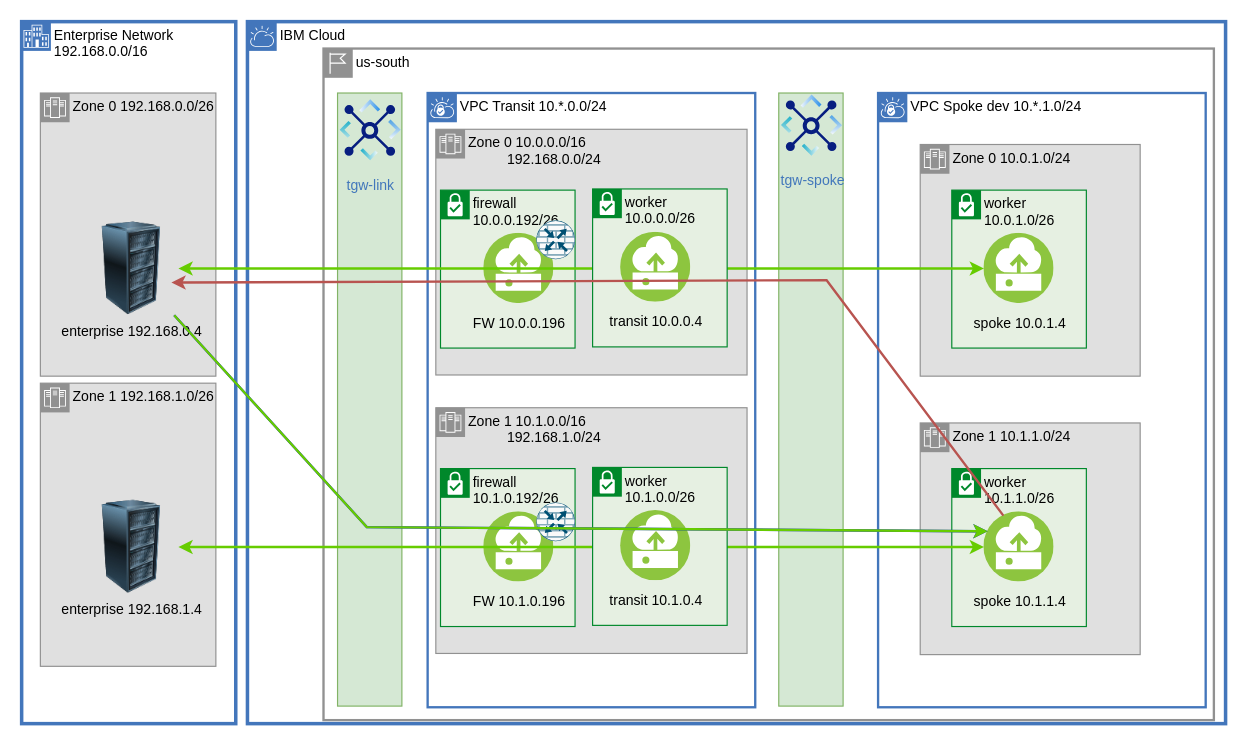
Before: page "asymmetric" (7 of 14) of diagrams/vpc-transit.drawio in ibm-cloud-docs/solution-tutorials, a draw.io diagram. Source tidied: cells renumbered, new cells numbered last; positions are measured from the earlier drawing's top-left corner, leaving out a move shared by most shapes. Both pictures are drawn from the tidied source at 117%, with x=0, y=0 at pixel (21, 21).
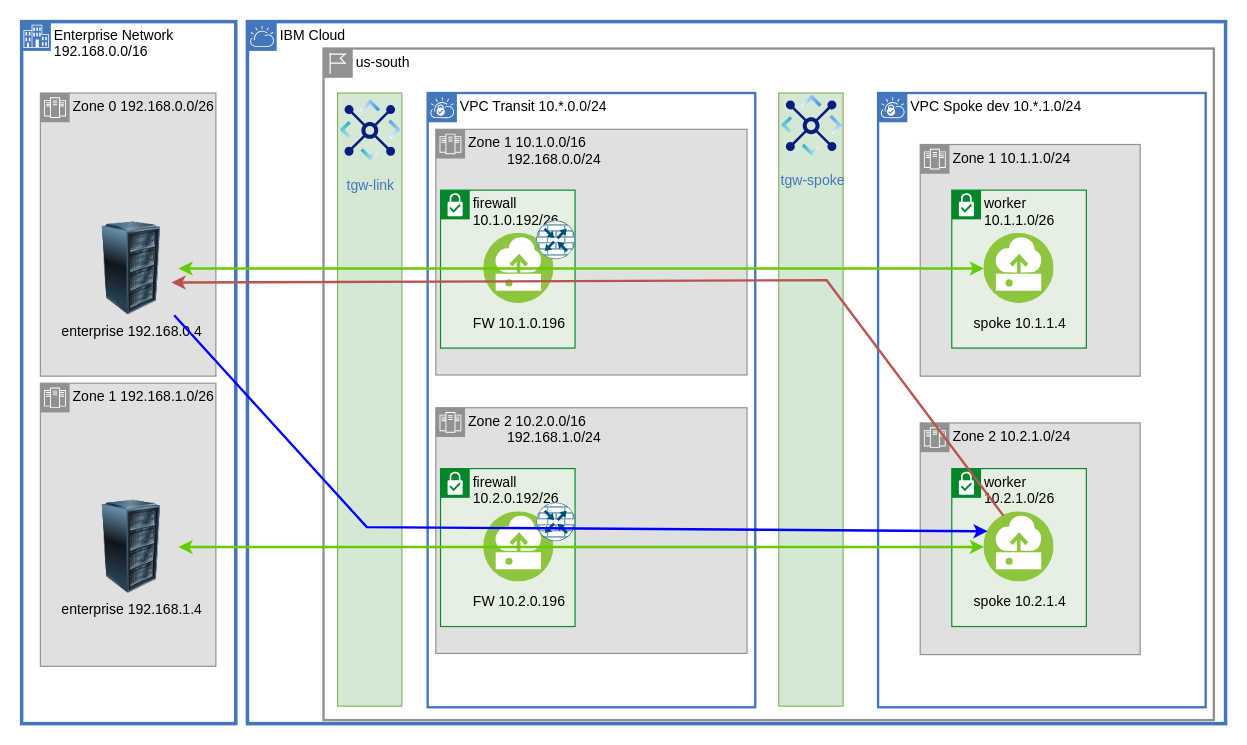
Above is the later version.

The edit, as a diff of the source:
```diff
@@
-    <mxCell id="5" value="Zone 1 10.1.0.0/16&lt;br&gt;&amp;nbsp; &amp;nbsp; &amp;nbsp; &amp;nbsp; &amp;nbsp; 192.168.1.0/24" style="shape=mxgraph.ibm.box;prType=zone;fontStyle=0;verticalAlign=top;align=left;spacingLeft=32;spacingTop=4;fillColor=#E0E0E0;rounded=0;whiteSpace=wrap;html=1;strokeColor=#919191;strokeWidth=1;dashed=0;spacing=-4;" parent="1" vertex="1">
+    <mxCell id="5" value="Zone 2 10.2.0.0/16&lt;br&gt;&amp;nbsp; &amp;nbsp; &amp;nbsp; &amp;nbsp; &amp;nbsp; 192.168.1.0/24" style="shape=mxgraph.ibm.box;prType=zone;fontStyle=0;verticalAlign=top;align=left;spacingLeft=32;spacingTop=4;fillColor=#E0E0E0;rounded=0;whiteSpace=wrap;html=1;strokeColor=#919191;strokeWidth=1;dashed=0;spacing=-4;" parent="1" vertex="1">
       <mxGeometry x="354" y="330" width="266" height="210" as="geometry" />
     </mxCell>
@@
-    <mxCell id="7" value="Zone 0 10.0.1.0/24" style="shape=mxgraph.ibm.box;prType=zone;fontStyle=0;verticalAlign=top;align=left;spacingLeft=32;spacingTop=4;fillColor=#E0E0E0;rounded=0;whiteSpace=wrap;html=1;strokeColor=#919191;strokeWidth=1;dashed=0;spacing=-4;" parent="1" vertex="1">
+    <mxCell id="7" value="Zone 1 10.1.1.0/24" style="shape=mxgraph.ibm.box;prType=zone;fontStyle=0;verticalAlign=top;align=left;spacingLeft=32;spacingTop=4;fillColor=#E0E0E0;rounded=0;whiteSpace=wrap;html=1;strokeColor=#919191;strokeWidth=1;dashed=0;spacing=-4;" parent="1" vertex="1">
       <mxGeometry x="768" y="105" width="188" height="198" as="geometry" />
     </mxCell>
-    <mxCell id="8" value="Zone 0 10.0.0.0/16&lt;br&gt;&amp;nbsp; &amp;nbsp; &amp;nbsp; &amp;nbsp; &amp;nbsp; 192.168.0.0/24" style="shape=mxgraph.ibm.box;prType=zone;fontStyle=0;verticalAlign=top;align=left;spacingLeft=32;spacingTop=4;fillColor=#E0E0E0;rounded=0;whiteSpace=wrap;html=1;strokeColor=#919191;strokeWidth=1;dashed=0;spacing=-4;" parent="1" vertex="1">
+    <mxCell id="8" value="Zone 1 10.1.0.0/16&lt;br&gt;&amp;nbsp; &amp;nbsp; &amp;nbsp; &amp;nbsp; &amp;nbsp; 192.168.0.0/24" style="shape=mxgraph.ibm.box;prType=zone;fontStyle=0;verticalAlign=top;align=left;spacingLeft=32;spacingTop=4;fillColor=#E0E0E0;rounded=0;whiteSpace=wrap;html=1;strokeColor=#919191;strokeWidth=1;dashed=0;spacing=-4;" parent="1" vertex="1">
       <mxGeometry x="354" y="92" width="266" height="210" as="geometry" />
     </mxCell>
-    <mxCell id="9" value="firewall&lt;br&gt;10.0.0.192/26" style="shape=mxgraph.ibm.box;prType=subnet;fontStyle=0;verticalAlign=top;align=left;spacingLeft=32;spacingTop=4;fillColor=#E6F0E2;rounded=0;whiteSpace=wrap;html=1;strokeColor=#00882B;strokeWidth=1;dashed=0;spacing=-4;flipV=0;" parent="1" vertex="1">
+    <mxCell id="9" value="firewall&lt;br&gt;10.1.0.192/26" style="shape=mxgraph.ibm.box;prType=subnet;fontStyle=0;verticalAlign=top;align=left;spacingLeft=32;spacingTop=4;fillColor=#E6F0E2;rounded=0;whiteSpace=wrap;html=1;strokeColor=#00882B;strokeWidth=1;dashed=0;spacing=-4;flipV=0;" parent="1" vertex="1">
       <mxGeometry x="358" y="144" width="115" height="135" as="geometry" />
     </mxCell>
@@
-    <mxCell id="12" value="worker 10.0.1.0/26" style="shape=mxgraph.ibm.box;prType=subnet;fontStyle=0;verticalAlign=top;align=left;spacingLeft=32;spacingTop=4;fillColor=#E6F0E2;rounded=0;whiteSpace=wrap;html=1;strokeColor=#00882B;strokeWidth=1;dashed=0;spacing=-4;" parent="1" vertex="1">
+    <mxCell id="12" value="worker 10.1.1.0/26" style="shape=mxgraph.ibm.box;prType=subnet;fontStyle=0;verticalAlign=top;align=left;spacingLeft=32;spacingTop=4;fillColor=#E6F0E2;rounded=0;whiteSpace=wrap;html=1;strokeColor=#00882B;strokeWidth=1;dashed=0;spacing=-4;" parent="1" vertex="1">
       <mxGeometry x="795" y="144" width="115" height="135" as="geometry" />
     </mxCell>
@@
-    <mxCell id="14" value="spoke 10.0.1.4" style="perimeter=ellipsePerimeter;html=1;align=center;shadow=0;dashed=0;fontColor=black;fontSize=12;spacingTop=3;image;image=img/lib/ibm/vpc/Instance.svg;overflow=visible;noLabel=0;labelBackgroundColor=none;" parent="1" vertex="1">
+    <mxCell id="14" value="spoke 10.1.1.4" style="perimeter=ellipsePerimeter;html=1;align=center;shadow=0;dashed=0;fontColor=black;fontSize=12;spacingTop=3;image;image=img/lib/ibm/vpc/Instance.svg;overflow=visible;noLabel=0;labelBackgroundColor=none;" parent="1" vertex="1">
       <mxGeometry x="822.5" y="181" width="60" height="60" as="geometry" />
     </mxCell>
-    <mxCell id="15" value="FW 10.0.0.196" style="perimeter=ellipsePerimeter;html=1;align=center;shadow=0;dashed=0;fontColor=black;fontSize=12;spacingTop=3;image;image=img/lib/ibm/vpc/Instance.svg;overflow=visible;noLabel=0;labelBackgroundColor=none;" parent="1" vertex="1">
+    <mxCell id="15" value="FW 10.1.0.196" style="perimeter=ellipsePerimeter;html=1;align=center;shadow=0;dashed=0;fontColor=black;fontSize=12;spacingTop=3;image;image=img/lib/ibm/vpc/Instance.svg;overflow=visible;noLabel=0;labelBackgroundColor=none;" parent="1" vertex="1">
       <mxGeometry x="395" y="181" width="60" height="60" as="geometry" />
     </mxCell>
-    <mxCell id="16" value="Zone 1 10.1.1.0/24" style="shape=mxgraph.ibm.box;prType=zone;fontStyle=0;verticalAlign=top;align=left;spacingLeft=32;spacingTop=4;fillColor=#E0E0E0;rounded=0;whiteSpace=wrap;html=1;strokeColor=#919191;strokeWidth=1;dashed=0;spacing=-4;" parent="1" vertex="1">
+    <mxCell id="16" value="Zone 2 10.2.1.0/24" style="shape=mxgraph.ibm.box;prType=zone;fontStyle=0;verticalAlign=top;align=left;spacingLeft=32;spacingTop=4;fillColor=#E0E0E0;rounded=0;whiteSpace=wrap;html=1;strokeColor=#919191;strokeWidth=1;dashed=0;spacing=-4;" parent="1" vertex="1">
       <mxGeometry x="768" y="343" width="188" height="198" as="geometry" />
     </mxCell>
-    <mxCell id="17" value="firewall&lt;br&gt;10.1.0.192/26" style="shape=mxgraph.ibm.box;prType=subnet;fontStyle=0;verticalAlign=top;align=left;spacingLeft=32;spacingTop=4;fillColor=#E6F0E2;rounded=0;whiteSpace=wrap;html=1;strokeColor=#00882B;strokeWidth=1;dashed=0;spacing=-4;flipV=0;" parent="1" vertex="1">
+    <mxCell id="17" value="firewall&lt;br&gt;10.2.0.192/26" style="shape=mxgraph.ibm.box;prType=subnet;fontStyle=0;verticalAlign=top;align=left;spacingLeft=32;spacingTop=4;fillColor=#E6F0E2;rounded=0;whiteSpace=wrap;html=1;strokeColor=#00882B;strokeWidth=1;dashed=0;spacing=-4;flipV=0;" parent="1" vertex="1">
       <mxGeometry x="358" y="382" width="115" height="135" as="geometry" />
     </mxCell>
-    <mxCell id="18" value="worker 10.1.1.0/26" style="shape=mxgraph.ibm.box;prType=subnet;fontStyle=0;verticalAlign=top;align=left;spacingLeft=32;spacingTop=4;fillColor=#E6F0E2;rounded=0;whiteSpace=wrap;html=1;strokeColor=#00882B;strokeWidth=1;dashed=0;spacing=-4;" parent="1" vertex="1">
+    <mxCell id="18" value="worker 10.2.1.0/26" style="shape=mxgraph.ibm.box;prType=subnet;fontStyle=0;verticalAlign=top;align=left;spacingLeft=32;spacingTop=4;fillColor=#E6F0E2;rounded=0;whiteSpace=wrap;html=1;strokeColor=#00882B;strokeWidth=1;dashed=0;spacing=-4;" parent="1" vertex="1">
       <mxGeometry x="795" y="382" width="115" height="135" as="geometry" />
     </mxCell>
-    <mxCell id="19" value="spoke 10.1.1.4" style="perimeter=ellipsePerimeter;html=1;align=center;shadow=0;dashed=0;fontColor=black;fontSize=12;spacingTop=3;image;image=img/lib/ibm/vpc/Instance.svg;overflow=visible;noLabel=0;labelBackgroundColor=none;" parent="1" vertex="1">
+    <mxCell id="19" value="spoke 10.2.1.4" style="perimeter=ellipsePerimeter;html=1;align=center;shadow=0;dashed=0;fontColor=black;fontSize=12;spacingTop=3;image;image=img/lib/ibm/vpc/Instance.svg;overflow=visible;noLabel=0;labelBackgroundColor=none;" parent="1" vertex="1">
       <mxGeometry x="822.5" y="419" width="60" height="60" as="geometry" />
     </mxCell>
-    <mxCell id="20" value="FW 10.1.0.196" style="perimeter=ellipsePerimeter;html=1;align=center;shadow=0;dashed=0;fontColor=black;fontSize=12;spacingTop=3;image;image=img/lib/ibm/vpc/Instance.svg;overflow=visible;noLabel=0;labelBackgroundColor=none;" parent="1" vertex="1">
+    <mxCell id="20" value="FW 10.2.0.196" style="perimeter=ellipsePerimeter;html=1;align=center;shadow=0;dashed=0;fontColor=black;fontSize=12;spacingTop=3;image;image=img/lib/ibm/vpc/Instance.svg;overflow=visible;noLabel=0;labelBackgroundColor=none;" parent="1" vertex="1">
       <mxGeometry x="395" y="419" width="60" height="60" as="geometry" />
     </mxCell>
@@
-    <mxCell id="32" parent="0" />
-    <mxCell id="33" value="worker 10.0.0.0/26" style="shape=mxgraph.ibm.box;prType=subnet;fontStyle=0;verticalAlign=top;align=left;spacingLeft=32;spacingTop=4;fillColor=#E6F0E2;rounded=0;whiteSpace=wrap;html=1;strokeColor=#00882B;strokeWidth=1;dashed=0;spacing=-4;flipV=0;" parent="32" vertex="1">
-      <mxGeometry x="488" y="143" width="115" height="135" as="geometry" />
-    </mxCell>
-    <mxCell id="34" value="worker 10.1.0.0/26" style="shape=mxgraph.ibm.box;prType=subnet;fontStyle=0;verticalAlign=top;align=left;spacingLeft=32;spacingTop=4;fillColor=#E6F0E2;rounded=0;whiteSpace=wrap;html=1;strokeColor=#00882B;strokeWidth=1;dashed=0;spacing=-4;flipV=0;" parent="32" vertex="1">
-      <mxGeometry x="488" y="381" width="115" height="135" as="geometry" />
-    </mxCell>
-    <mxCell id="35" value="transit 10.1.0.4" style="perimeter=ellipsePerimeter;html=1;align=center;shadow=0;dashed=0;fontColor=black;fontSize=12;spacingTop=3;image;image=img/lib/ibm/vpc/Instance.svg;labelBackgroundColor=none;" parent="32" vertex="1">
-      <mxGeometry x="512" y="418" width="60" height="60" as="geometry" />
-    </mxCell>
-    <mxCell id="36" value="transit 10.0.0.4" style="perimeter=ellipsePerimeter;html=1;align=center;shadow=0;dashed=0;fontColor=black;fontSize=12;spacingTop=3;image;image=img/lib/ibm/vpc/Instance.svg;labelBackgroundColor=none;" parent="32" vertex="1">
-      <mxGeometry x="512" y="180" width="60" height="60" as="geometry" />
-    </mxCell>
@@
-    <mxCell id="40" parent="0" />
-    <mxCell id="41" style="rounded=0;orthogonalLoop=1;jettySize=auto;html=1;startArrow=none;startFill=1;endArrow=classic;endFill=1;strokeColor=#66CC00;strokeWidth=2;entryX=0;entryY=0.25;entryDx=0;entryDy=0;" parent="40" edge="1">
-      <mxGeometry relative="1" as="geometry">
-        <mxPoint x="130.4" y="251" as="sourcePoint" />
-        <mxPoint x="825.7" y="435.6" as="targetPoint" />
-        <Array as="points">
-          <mxPoint x="295" y="432" />
-        </Array>
-      </mxGeometry>
-    </mxCell>
```
